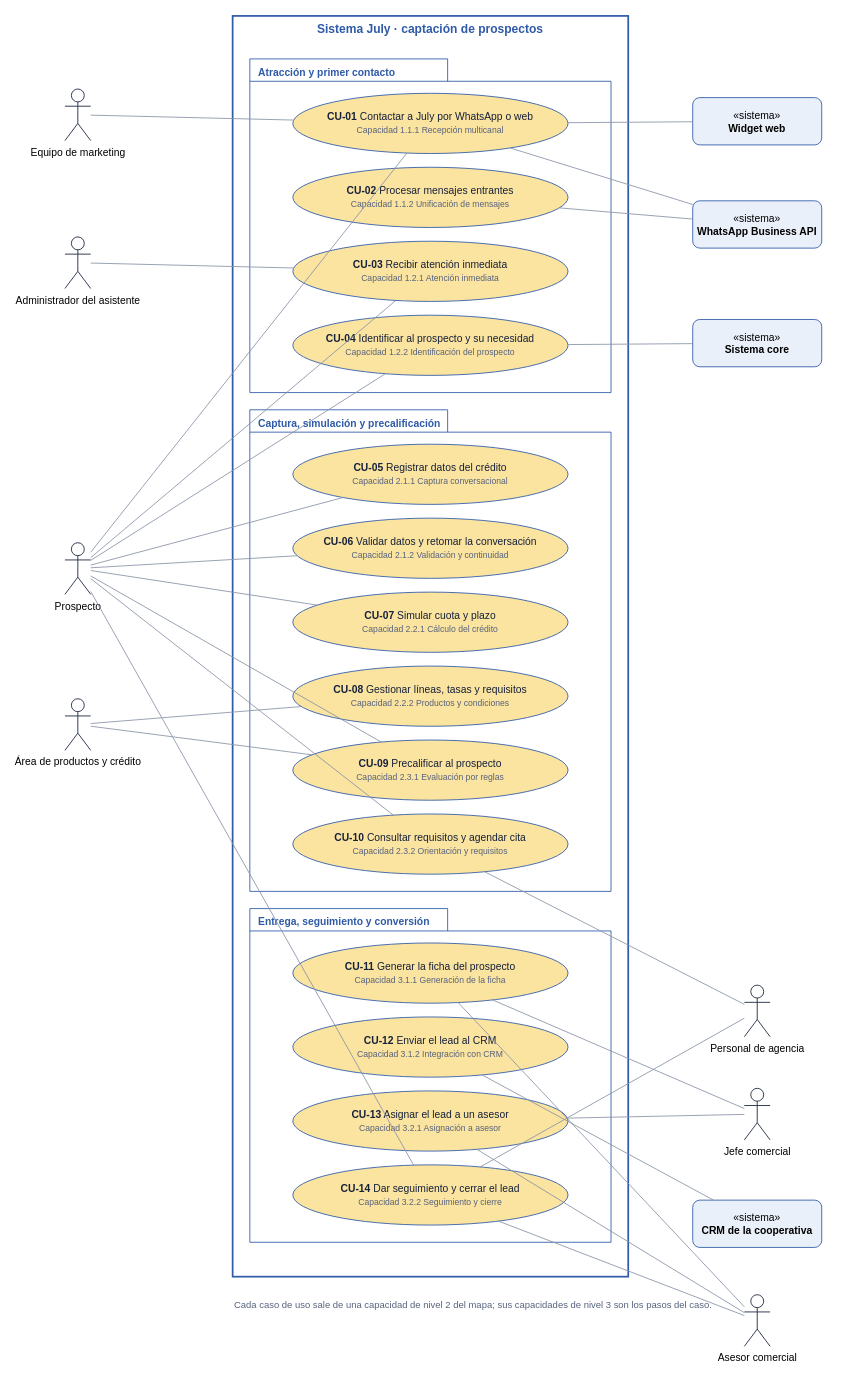
Above: Documentacion/03-casos-de-uso/casos-de-uso-july.drawio in CoreSystems-IA/Arquitectura-Software (draw.io), before the change. Source tidied: cells renumbered, new cells numbered last; positions are measured from the earlier drawing's top-left corner, leaving out a move shared by most shapes. Both pictures are drawn from the tidied source at 86%, with x=0, y=0 at pixel (64, 15).
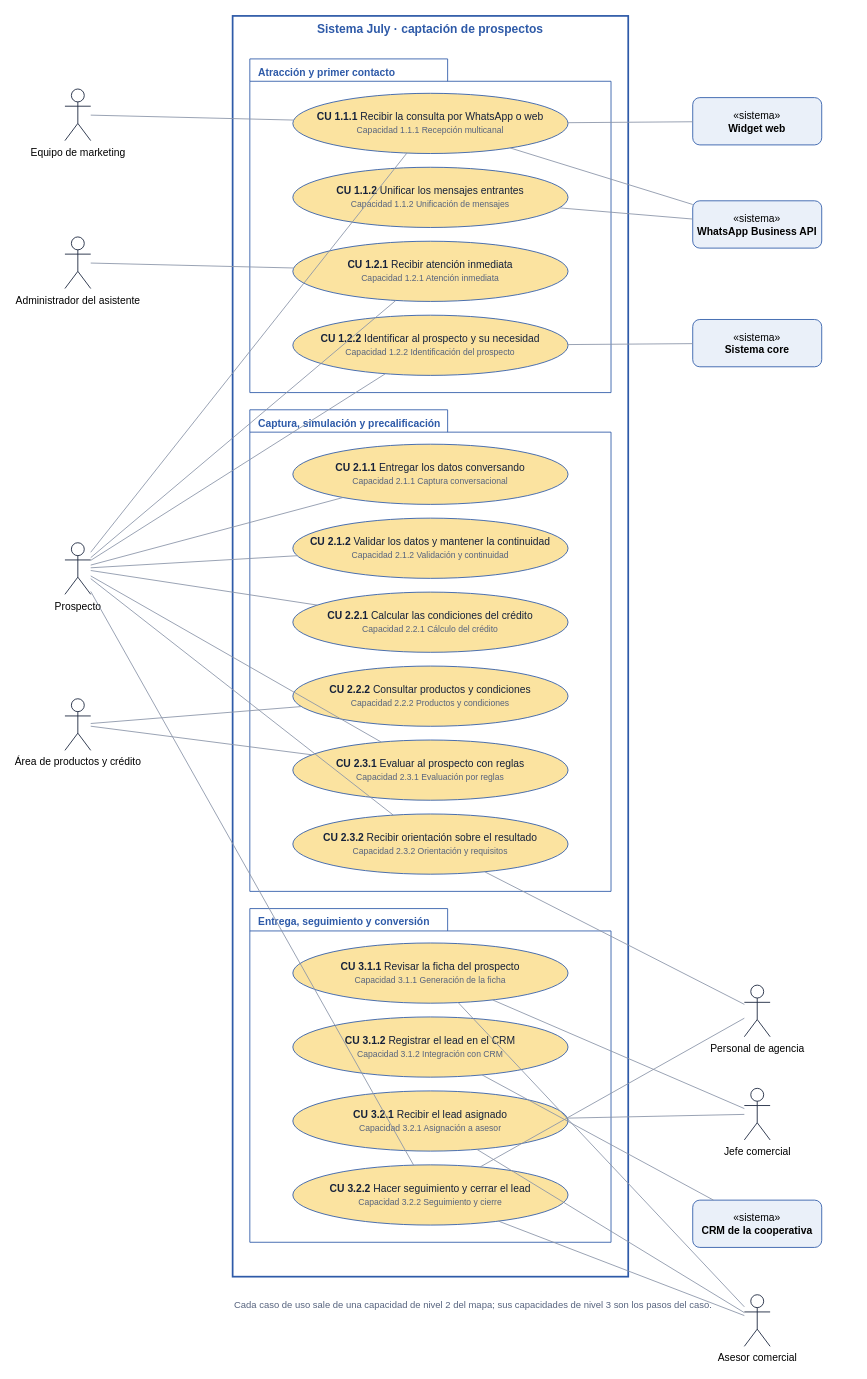
The same diagram, later.

Diff of the diagram source:
```diff
@@
-    <mxCell id="6" value="&lt;b&gt;CU-01&lt;/b&gt; Contactar a July por WhatsApp o web&lt;br&gt;&lt;font style=&quot;font-size:10px&quot; color=&quot;#56637E&quot;&gt;Capacidad 1.1.1 Recepción multicanal&lt;/font&gt;" style="ellipse;whiteSpace=wrap;html=1;fillColor=#FBE3A0;strokeColor=#2E5AA8;fontColor=#15213A;fontSize=12;" parent="1" vertex="1">
+    <mxCell id="6" value="&lt;b&gt;CU 1.1.1&lt;/b&gt; Recibir la consulta por WhatsApp o web&lt;br&gt;&lt;font style=&quot;font-size:10px&quot; color=&quot;#56637E&quot;&gt;Capacidad 1.1.1 Recepción multicanal&lt;/font&gt;" style="ellipse;whiteSpace=wrap;html=1;fillColor=#FBE3A0;strokeColor=#2E5AA8;fontColor=#15213A;fontSize=12;" parent="1" vertex="1">
       <mxGeometry x="265" y="90" width="320" height="70" as="geometry" />
     </mxCell>
-    <mxCell id="7" value="&lt;b&gt;CU-02&lt;/b&gt; Procesar mensajes entrantes&lt;br&gt;&lt;font style=&quot;font-size:10px&quot; color=&quot;#56637E&quot;&gt;Capacidad 1.1.2 Unificación de mensajes&lt;/font&gt;" style="ellipse;whiteSpace=wrap;html=1;fillColor=#FBE3A0;strokeColor=#2E5AA8;fontColor=#15213A;fontSize=12;" parent="1" vertex="1">
+    <mxCell id="7" value="&lt;b&gt;CU 1.1.2&lt;/b&gt; Unificar los mensajes entrantes&lt;br&gt;&lt;font style=&quot;font-size:10px&quot; color=&quot;#56637E&quot;&gt;Capacidad 1.1.2 Unificación de mensajes&lt;/font&gt;" style="ellipse;whiteSpace=wrap;html=1;fillColor=#FBE3A0;strokeColor=#2E5AA8;fontColor=#15213A;fontSize=12;" parent="1" vertex="1">
       <mxGeometry x="265" y="176" width="320" height="70" as="geometry" />
     </mxCell>
-    <mxCell id="8" value="&lt;b&gt;CU-03&lt;/b&gt; Recibir atención inmediata&lt;br&gt;&lt;font style=&quot;font-size:10px&quot; color=&quot;#56637E&quot;&gt;Capacidad 1.2.1 Atención inmediata&lt;/font&gt;" style="ellipse;whiteSpace=wrap;html=1;fillColor=#FBE3A0;strokeColor=#2E5AA8;fontColor=#15213A;fontSize=12;" parent="1" vertex="1">
+    <mxCell id="8" value="&lt;b&gt;CU 1.2.1&lt;/b&gt; Recibir atención inmediata&lt;br&gt;&lt;font style=&quot;font-size:10px&quot; color=&quot;#56637E&quot;&gt;Capacidad 1.2.1 Atención inmediata&lt;/font&gt;" style="ellipse;whiteSpace=wrap;html=1;fillColor=#FBE3A0;strokeColor=#2E5AA8;fontColor=#15213A;fontSize=12;" parent="1" vertex="1">
       <mxGeometry x="265" y="262" width="320" height="70" as="geometry" />
     </mxCell>
-    <mxCell id="9" value="&lt;b&gt;CU-04&lt;/b&gt; Identificar al prospecto y su necesidad&lt;br&gt;&lt;font style=&quot;font-size:10px&quot; color=&quot;#56637E&quot;&gt;Capacidad 1.2.2 Identificación del prospecto&lt;/font&gt;" style="ellipse;whiteSpace=wrap;html=1;fillColor=#FBE3A0;strokeColor=#2E5AA8;fontColor=#15213A;fontSize=12;" parent="1" vertex="1">
+    <mxCell id="9" value="&lt;b&gt;CU 1.2.2&lt;/b&gt; Identificar al prospecto y su necesidad&lt;br&gt;&lt;font style=&quot;font-size:10px&quot; color=&quot;#56637E&quot;&gt;Capacidad 1.2.2 Identificación del prospecto&lt;/font&gt;" style="ellipse;whiteSpace=wrap;html=1;fillColor=#FBE3A0;strokeColor=#2E5AA8;fontColor=#15213A;fontSize=12;" parent="1" vertex="1">
       <mxGeometry x="265" y="348" width="320" height="70" as="geometry" />
     </mxCell>
-    <mxCell id="10" value="&lt;b&gt;CU-05&lt;/b&gt; Registrar datos del crédito&lt;br&gt;&lt;font style=&quot;font-size:10px&quot; color=&quot;#56637E&quot;&gt;Capacidad 2.1.1 Captura conversacional&lt;/font&gt;" style="ellipse;whiteSpace=wrap;html=1;fillColor=#FBE3A0;strokeColor=#2E5AA8;fontColor=#15213A;fontSize=12;" parent="1" vertex="1">
+    <mxCell id="10" value="&lt;b&gt;CU 2.1.1&lt;/b&gt; Entregar los datos conversando&lt;br&gt;&lt;font style=&quot;font-size:10px&quot; color=&quot;#56637E&quot;&gt;Capacidad 2.1.1 Captura conversacional&lt;/font&gt;" style="ellipse;whiteSpace=wrap;html=1;fillColor=#FBE3A0;strokeColor=#2E5AA8;fontColor=#15213A;fontSize=12;" parent="1" vertex="1">
       <mxGeometry x="265" y="498" width="320" height="70" as="geometry" />
     </mxCell>
-    <mxCell id="11" value="&lt;b&gt;CU-06&lt;/b&gt; Validar datos y retomar la conversación&lt;br&gt;&lt;font style=&quot;font-size:10px&quot; color=&quot;#56637E&quot;&gt;Capacidad 2.1.2 Validación y continuidad&lt;/font&gt;" style="ellipse;whiteSpace=wrap;html=1;fillColor=#FBE3A0;strokeColor=#2E5AA8;fontColor=#15213A;fontSize=12;" parent="1" vertex="1">
+    <mxCell id="11" value="&lt;b&gt;CU 2.1.2&lt;/b&gt; Validar los datos y mantener la continuidad&lt;br&gt;&lt;font style=&quot;font-size:10px&quot; color=&quot;#56637E&quot;&gt;Capacidad 2.1.2 Validación y continuidad&lt;/font&gt;" style="ellipse;whiteSpace=wrap;html=1;fillColor=#FBE3A0;strokeColor=#2E5AA8;fontColor=#15213A;fontSize=12;" parent="1" vertex="1">
       <mxGeometry x="265" y="584" width="320" height="70" as="geometry" />
     </mxCell>
-    <mxCell id="12" value="&lt;b&gt;CU-07&lt;/b&gt; Simular cuota y plazo&lt;br&gt;&lt;font style=&quot;font-size:10px&quot; color=&quot;#56637E&quot;&gt;Capacidad 2.2.1 Cálculo del crédito&lt;/font&gt;" style="ellipse;whiteSpace=wrap;html=1;fillColor=#FBE3A0;strokeColor=#2E5AA8;fontColor=#15213A;fontSize=12;" parent="1" vertex="1">
+    <mxCell id="12" value="&lt;b&gt;CU 2.2.1&lt;/b&gt; Calcular las condiciones del crédito&lt;br&gt;&lt;font style=&quot;font-size:10px&quot; color=&quot;#56637E&quot;&gt;Capacidad 2.2.1 Cálculo del crédito&lt;/font&gt;" style="ellipse;whiteSpace=wrap;html=1;fillColor=#FBE3A0;strokeColor=#2E5AA8;fontColor=#15213A;fontSize=12;" parent="1" vertex="1">
       <mxGeometry x="265" y="670" width="320" height="70" as="geometry" />
     </mxCell>
-    <mxCell id="13" value="&lt;b&gt;CU-08&lt;/b&gt; Gestionar líneas, tasas y requisitos&lt;br&gt;&lt;font style=&quot;font-size:10px&quot; color=&quot;#56637E&quot;&gt;Capacidad 2.2.2 Productos y condiciones&lt;/font&gt;" style="ellipse;whiteSpace=wrap;html=1;fillColor=#FBE3A0;strokeColor=#2E5AA8;fontColor=#15213A;fontSize=12;" parent="1" vertex="1">
+    <mxCell id="13" value="&lt;b&gt;CU 2.2.2&lt;/b&gt; Consultar productos y condiciones&lt;br&gt;&lt;font style=&quot;font-size:10px&quot; color=&quot;#56637E&quot;&gt;Capacidad 2.2.2 Productos y condiciones&lt;/font&gt;" style="ellipse;whiteSpace=wrap;html=1;fillColor=#FBE3A0;strokeColor=#2E5AA8;fontColor=#15213A;fontSize=12;" parent="1" vertex="1">
       <mxGeometry x="265" y="756" width="320" height="70" as="geometry" />
     </mxCell>
-    <mxCell id="14" value="&lt;b&gt;CU-09&lt;/b&gt; Precalificar al prospecto&lt;br&gt;&lt;font style=&quot;font-size:10px&quot; color=&quot;#56637E&quot;&gt;Capacidad 2.3.1 Evaluación por reglas&lt;/font&gt;" style="ellipse;whiteSpace=wrap;html=1;fillColor=#FBE3A0;strokeColor=#2E5AA8;fontColor=#15213A;fontSize=12;" parent="1" vertex="1">
+    <mxCell id="14" value="&lt;b&gt;CU 2.3.1&lt;/b&gt; Evaluar al prospecto con reglas&lt;br&gt;&lt;font style=&quot;font-size:10px&quot; color=&quot;#56637E&quot;&gt;Capacidad 2.3.1 Evaluación por reglas&lt;/font&gt;" style="ellipse;whiteSpace=wrap;html=1;fillColor=#FBE3A0;strokeColor=#2E5AA8;fontColor=#15213A;fontSize=12;" parent="1" vertex="1">
       <mxGeometry x="265" y="842" width="320" height="70" as="geometry" />
     </mxCell>
-    <mxCell id="15" value="&lt;b&gt;CU-10&lt;/b&gt; Consultar requisitos y agendar cita&lt;br&gt;&lt;font style=&quot;font-size:10px&quot; color=&quot;#56637E&quot;&gt;Capacidad 2.3.2 Orientación y requisitos&lt;/font&gt;" style="ellipse;whiteSpace=wrap;html=1;fillColor=#FBE3A0;strokeColor=#2E5AA8;fontColor=#15213A;fontSize=12;" parent="1" vertex="1">
+    <mxCell id="15" value="&lt;b&gt;CU 2.3.2&lt;/b&gt; Recibir orientación sobre el resultado&lt;br&gt;&lt;font style=&quot;font-size:10px&quot; color=&quot;#56637E&quot;&gt;Capacidad 2.3.2 Orientación y requisitos&lt;/font&gt;" style="ellipse;whiteSpace=wrap;html=1;fillColor=#FBE3A0;strokeColor=#2E5AA8;fontColor=#15213A;fontSize=12;" parent="1" vertex="1">
       <mxGeometry x="265" y="928" width="320" height="70" as="geometry" />
     </mxCell>
-    <mxCell id="16" value="&lt;b&gt;CU-11&lt;/b&gt; Generar la ficha del prospecto&lt;br&gt;&lt;font style=&quot;font-size:10px&quot; color=&quot;#56637E&quot;&gt;Capacidad 3.1.1 Generación de la ficha&lt;/font&gt;" style="ellipse;whiteSpace=wrap;html=1;fillColor=#FBE3A0;strokeColor=#2E5AA8;fontColor=#15213A;fontSize=12;" parent="1" vertex="1">
+    <mxCell id="16" value="&lt;b&gt;CU 3.1.1&lt;/b&gt; Revisar la ficha del prospecto&lt;br&gt;&lt;font style=&quot;font-size:10px&quot; color=&quot;#56637E&quot;&gt;Capacidad 3.1.1 Generación de la ficha&lt;/font&gt;" style="ellipse;whiteSpace=wrap;html=1;fillColor=#FBE3A0;strokeColor=#2E5AA8;fontColor=#15213A;fontSize=12;" parent="1" vertex="1">
       <mxGeometry x="265" y="1078" width="320" height="70" as="geometry" />
     </mxCell>
-    <mxCell id="17" value="&lt;b&gt;CU-12&lt;/b&gt; Enviar el lead al CRM&lt;br&gt;&lt;font style=&quot;font-size:10px&quot; color=&quot;#56637E&quot;&gt;Capacidad 3.1.2 Integración con CRM&lt;/font&gt;" style="ellipse;whiteSpace=wrap;html=1;fillColor=#FBE3A0;strokeColor=#2E5AA8;fontColor=#15213A;fontSize=12;" parent="1" vertex="1">
+    <mxCell id="17" value="&lt;b&gt;CU 3.1.2&lt;/b&gt; Registrar el lead en el CRM&lt;br&gt;&lt;font style=&quot;font-size:10px&quot; color=&quot;#56637E&quot;&gt;Capacidad 3.1.2 Integración con CRM&lt;/font&gt;" style="ellipse;whiteSpace=wrap;html=1;fillColor=#FBE3A0;strokeColor=#2E5AA8;fontColor=#15213A;fontSize=12;" parent="1" vertex="1">
       <mxGeometry x="265" y="1164" width="320" height="70" as="geometry" />
     </mxCell>
-    <mxCell id="18" value="&lt;b&gt;CU-13&lt;/b&gt; Asignar el lead a un asesor&lt;br&gt;&lt;font style=&quot;font-size:10px&quot; color=&quot;#56637E&quot;&gt;Capacidad 3.2.1 Asignación a asesor&lt;/font&gt;" style="ellipse;whiteSpace=wrap;html=1;fillColor=#FBE3A0;strokeColor=#2E5AA8;fontColor=#15213A;fontSize=12;" parent="1" vertex="1">
+    <mxCell id="18" value="&lt;b&gt;CU 3.2.1&lt;/b&gt; Recibir el lead asignado&lt;br&gt;&lt;font style=&quot;font-size:10px&quot; color=&quot;#56637E&quot;&gt;Capacidad 3.2.1 Asignación a asesor&lt;/font&gt;" style="ellipse;whiteSpace=wrap;html=1;fillColor=#FBE3A0;strokeColor=#2E5AA8;fontColor=#15213A;fontSize=12;" parent="1" vertex="1">
       <mxGeometry x="265" y="1250" width="320" height="70" as="geometry" />
     </mxCell>
-    <mxCell id="19" value="&lt;b&gt;CU-14&lt;/b&gt; Dar seguimiento y cerrar el lead&lt;br&gt;&lt;font style=&quot;font-size:10px&quot; color=&quot;#56637E&quot;&gt;Capacidad 3.2.2 Seguimiento y cierre&lt;/font&gt;" style="ellipse;whiteSpace=wrap;html=1;fillColor=#FBE3A0;strokeColor=#2E5AA8;fontColor=#15213A;fontSize=12;" parent="1" vertex="1">
+    <mxCell id="19" value="&lt;b&gt;CU 3.2.2&lt;/b&gt; Hacer seguimiento y cerrar el lead&lt;br&gt;&lt;font style=&quot;font-size:10px&quot; color=&quot;#56637E&quot;&gt;Capacidad 3.2.2 Seguimiento y cierre&lt;/font&gt;" style="ellipse;whiteSpace=wrap;html=1;fillColor=#FBE3A0;strokeColor=#2E5AA8;fontColor=#15213A;fontSize=12;" parent="1" vertex="1">
       <mxGeometry x="265" y="1336" width="320" height="70" as="geometry" />
     </mxCell>
```
